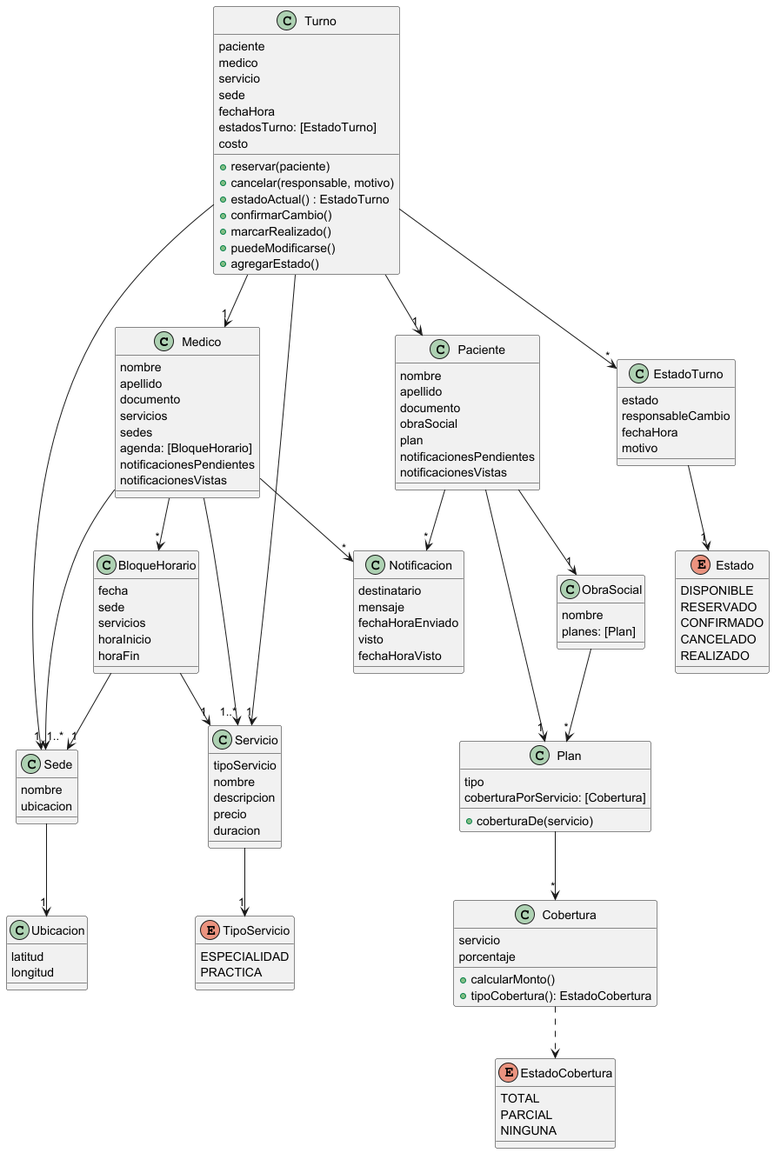
Before: docs/diag-clases-tp.png, a diagram exported from PlantUML (tinogera/Sweet-Medical). Its diagram source:
```plantuml
@startuml

Medico --> "*" BloqueHorario
Medico --> "1..*" Servicio
Medico --> "1..*" Sede
Medico --> "*" Notificacion

Servicio --> "1" TipoServicio

BloqueHorario --> "1" Servicio
BloqueHorario --> "1" Sede

Sede --> "1" Ubicacion

Paciente --> "1" ObraSocial
Paciente --> "1" Plan
Paciente --> "*" Notificacion

ObraSocial --> "*" Plan

Plan --> "*" Cobertura

Cobertura ..> EstadoCobertura

Turno --> "1" Paciente
Turno --> "1" Medico
Turno --> "1" Servicio
Turno --> "1" Sede
Turno --> "*" EstadoTurno

EstadoTurno --> "1" Estado

class Medico {
    nombre
    apellido
    documento
    servicios
    sedes
    agenda: [BloqueHorario]
    notificacionesPendientes
    notificacionesVistas
}

class Servicio {
    tipoServicio
    nombre
    descripcion
    precio
    duracion
}

enum TipoServicio {
    ESPECIALIDAD
    PRACTICA
}

class BloqueHorario {
    fecha
    sede
    servicios
    horaInicio
    horaFin
}

class Sede {
    nombre
    ubicacion
}

class Ubicacion {
    latitud
    longitud
}

class Paciente {
    nombre
    apellido
    documento
    obraSocial
    plan
    notificacionesPendientes
    notificacionesVistas
}

class ObraSocial {
    nombre
    planes: [Plan]
}

class Plan {
    tipo
    coberturaPorServicio: [Cobertura]

    + coberturaDe(servicio)
}

class Cobertura {
    servicio
    porcentaje

    + calcularMonto()
    + tipoCobertura(): EstadoCobertura
}

enum EstadoCobertura {
    TOTAL
    PARCIAL
    NINGUNA
}

class Turno {
    paciente
    medico
    servicio
    sede
    fechaHora
    estadosTurno: [EstadoTurno]
    costo

    + reservar(paciente)
    + cancelar(responsable, motivo)
    + estadoActual() : EstadoTurno
    + confirmarCambio()
    + marcarRealizado()
    + puedeModificarse()
    + agregarEstado()
}

class EstadoTurno {
    estado
    responsableCambio
    fechaHora
    motivo
}

enum Estado {
    DISPONIBLE
    RESERVADO
    CONFIRMADO
    CANCELADO
    REALIZADO
}

class Notificacion {
    destinatario
    mensaje
    fechaHoraEnviado
    visto
    fechaHoraVisto
}

@enduml
```
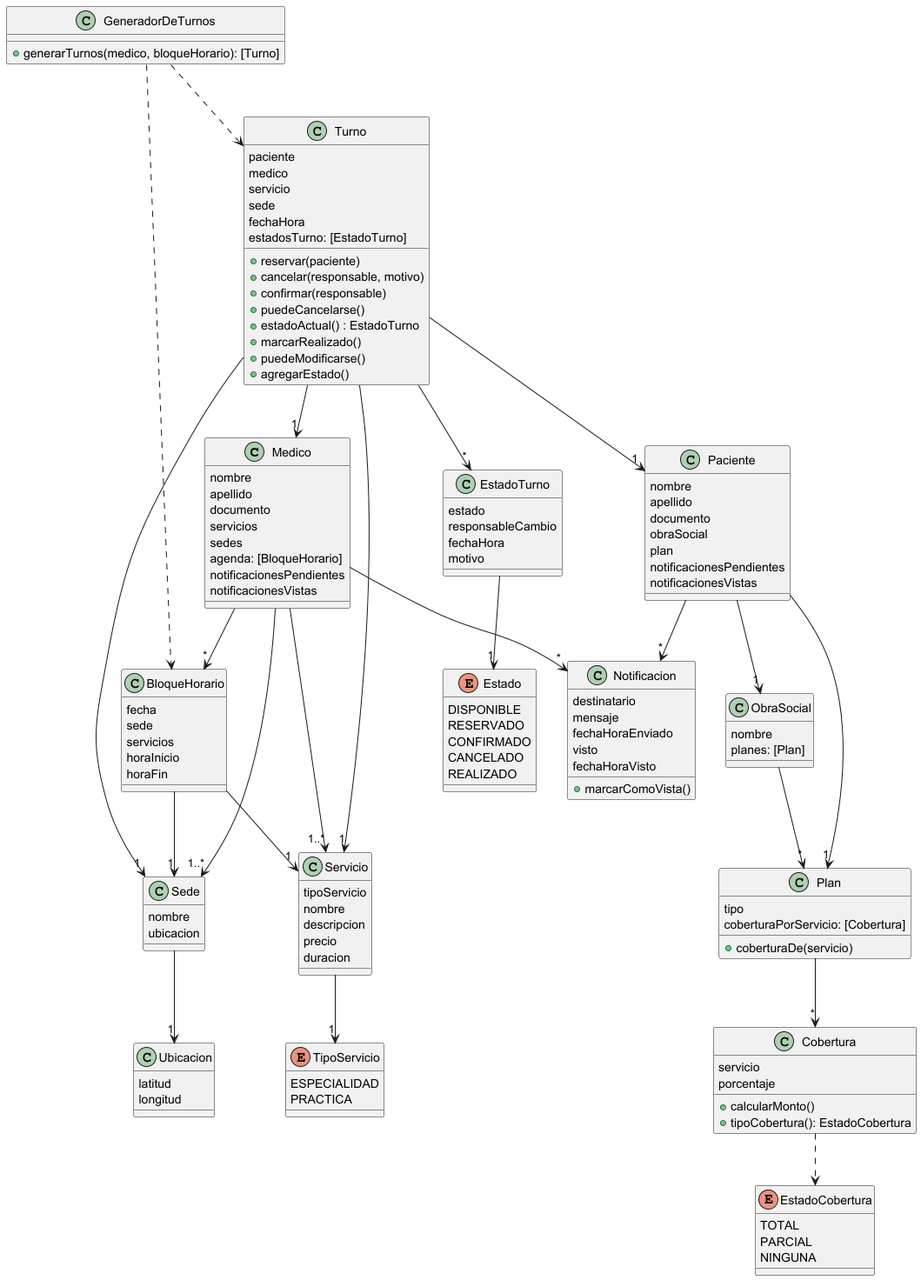
The same diagram one commit later.

Change to the diagram source:
```diff
@@ -29,6 +29,9 @@
 Turno --> "*" EstadoTurno
 
 EstadoTurno --> "1" Estado
+
+GeneradorDeTurnos ..> Turno
+GeneradorDeTurnos ..> BloqueHorario
 
 class Medico {
     nombre
@@ -115,12 +118,12 @@
     sede
     fechaHora
     estadosTurno: [EstadoTurno]
-    costo
 
     + reservar(paciente)
     + cancelar(responsable, motivo)
+    + confirmar(responsable)
+    + puedeCancelarse()
     + estadoActual() : EstadoTurno
-    + confirmarCambio()
     + marcarRealizado()
     + puedeModificarse()
     + agregarEstado()
@@ -147,6 +150,12 @@
     fechaHoraEnviado
     visto
     fechaHoraVisto
+
+    + marcarComoVista()
+}
+
+class GeneradorDeTurnos {
+    + generarTurnos(medico, bloqueHorario): [Turno]
 }
 
 @enduml
```
